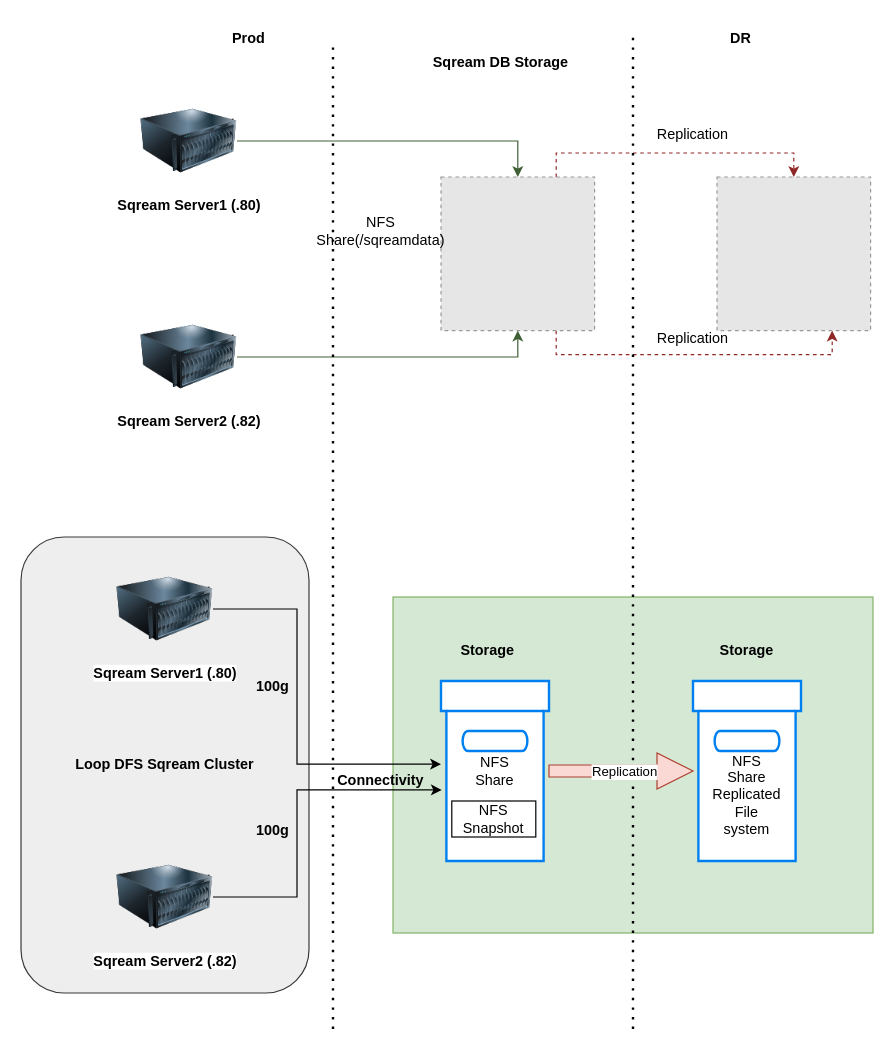
Before: Sqream Clustering Architecture.drawio in Olson-Bytz/ITDiagrams, a draw.io diagram. Source tidied: cells renumbered, new cells numbered last; positions are measured from the earlier drawing's top-left corner, leaving out a move shared by most shapes. Both pictures are drawn from the tidied source at 120%, with x=0, y=0 at pixel (20, 20). Pictures stored in the file or linked from it are replaced by grey dashed boxes.
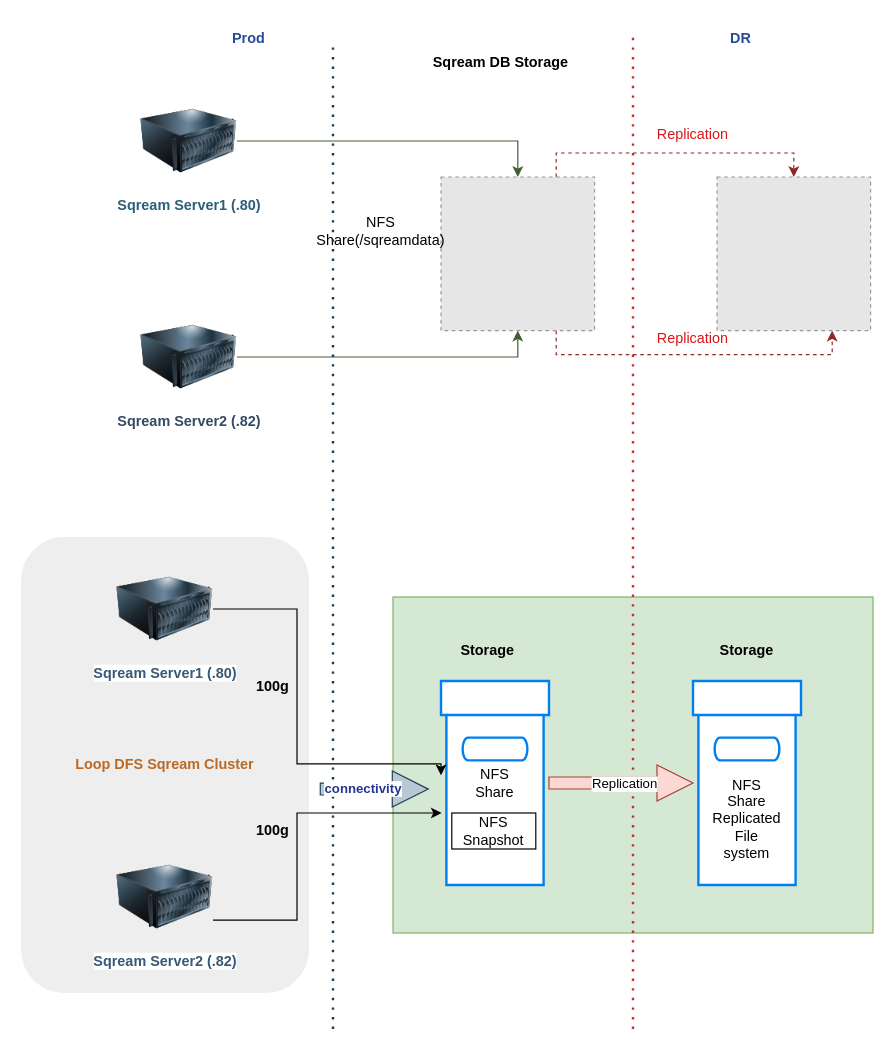
The same diagram, later.

Change to the diagram source:
```diff
@@
-    <mxCell id="2" value="&lt;b&gt;Loop DFS Sqream Cluster&lt;/b&gt;" style="rounded=1;whiteSpace=wrap;html=1;fillColor=#eeeeee;strokeColor=#36393d;" parent="1" vertex="1">
+    <mxCell id="2" value="&lt;b&gt;Loop DFS Sqream Cluster&lt;/b&gt;" style="rounded=1;whiteSpace=wrap;html=1;fillColor=#eeeeee;strokeColor=none;fontColor=#bc6924;" parent="1" vertex="1">
       <mxGeometry y="430" width="240" height="380" as="geometry" />
     </mxCell>
@@
-    <mxCell id="5" value="&lt;b&gt;Sqream Server1 (.80)&lt;/b&gt;" style="image;html=1;image=img/lib/clip_art/computers/Server_128x128.png;" parent="1" vertex="1">
+    <mxCell id="5" value="&lt;b&gt;Sqream Server1 (.80)&lt;/b&gt;" style="image;html=1;image=img/lib/clip_art/computers/Server_128x128.png;fontColor=#2b5e78;" parent="1" vertex="1">
       <mxGeometry x="100" y="60" width="80" height="80" as="geometry" />
     </mxCell>
@@
-    <mxCell id="7" value="&lt;b&gt;Sqream Server2 (.82)&lt;/b&gt;" style="image;html=1;image=img/lib/clip_art/computers/Server_128x128.png;" parent="1" vertex="1">
+    <mxCell id="7" value="&lt;b&gt;Sqream Server2 (.82)&lt;/b&gt;" style="image;html=1;image=img/lib/clip_art/computers/Server_128x128.png;fontColor=#324b62;" parent="1" vertex="1">
       <mxGeometry x="100" y="240" width="80" height="80" as="geometry" />
     </mxCell>
@@
-    <mxCell id="12" value="Prod" style="text;strokeColor=none;align=center;fillColor=none;html=1;verticalAlign=middle;whiteSpace=wrap;rounded=0;fontStyle=1;" parent="1" vertex="1">
+    <mxCell id="12" value="Prod" style="text;strokeColor=none;align=center;fillColor=none;html=1;verticalAlign=middle;whiteSpace=wrap;rounded=0;fontStyle=1;fontColor=#274a9b;" parent="1" vertex="1">
       <mxGeometry x="110" width="160" height="30" as="geometry" />
     </mxCell>
-    <mxCell id="13" style="endArrow=none;dashed=1;html=1;dashPattern=1 3;strokeWidth=2;rounded=0;" parent="1" edge="1">
+    <mxCell id="13" style="endArrow=none;dashed=1;html=1;dashPattern=1 3;strokeWidth=2;rounded=0;strokeColor=#1b3e50;" parent="1" edge="1">
       <mxGeometry relative="1" as="geometry">
         <mxPoint x="260" y="840" as="sourcePoint" />
         <mxPoint x="260" y="20" as="targetPoint" />
       </mxGeometry>
     </mxCell>
@@
-    <mxCell id="15" style="endArrow=none;dashed=1;html=1;dashPattern=1 3;strokeWidth=2;rounded=0;" parent="1" edge="1">
+    <mxCell id="15" style="endArrow=none;dashed=1;html=1;dashPattern=1 3;strokeWidth=2;rounded=0;strokeColor=#c62f2f;" parent="1" edge="1">
       <mxGeometry relative="1" as="geometry">
         <mxPoint x="510" y="840" as="sourcePoint" />
         <mxPoint x="510" y="10" as="targetPoint" />
       </mxGeometry>
     </mxCell>
@@
-    <mxCell id="17" value="Replication" style="text;strokeColor=none;align=center;fillColor=none;html=1;verticalAlign=middle;whiteSpace=wrap;rounded=0;" parent="1" vertex="1">
+    <mxCell id="17" value="Replication" style="text;strokeColor=none;align=center;fillColor=none;html=1;verticalAlign=middle;whiteSpace=wrap;rounded=0;fontColor=#d91717;" parent="1" vertex="1">
       <mxGeometry x="530" y="80" width="60" height="30" as="geometry" />
     </mxCell>
-    <mxCell id="18" value="Replication" style="text;strokeColor=none;align=center;fillColor=none;html=1;verticalAlign=middle;whiteSpace=wrap;rounded=0;" parent="1" vertex="1">
+    <mxCell id="18" value="Replication" style="text;strokeColor=none;align=center;fillColor=none;html=1;verticalAlign=middle;whiteSpace=wrap;rounded=0;fontColor=#d91717;" parent="1" vertex="1">
       <mxGeometry x="530" y="250" width="60" height="30" as="geometry" />
     </mxCell>
-    <mxCell id="19" value="DR" style="text;strokeColor=none;align=center;fillColor=none;html=1;verticalAlign=middle;whiteSpace=wrap;rounded=0;fontStyle=1;" parent="1" vertex="1">
+    <mxCell id="19" value="DR" style="text;strokeColor=none;align=center;fillColor=none;html=1;verticalAlign=middle;whiteSpace=wrap;rounded=0;fontStyle=1;fontColor=#274a9b;" parent="1" vertex="1">
       <mxGeometry x="570" width="60" height="30" as="geometry" />
     </mxCell>
-    <mxCell id="20" value="&lt;b style=&quot;border-color: var(--border-color);&quot;&gt;Sqream Server1 (.80)&lt;/b&gt;" style="image;html=1;image=img/lib/clip_art/computers/Server_128x128.png;" parent="1" vertex="1">
+    <mxCell id="20" value="&lt;b style=&quot;border-color: var(--border-color);&quot;&gt;Sqream Server1 (.80)&lt;/b&gt;" style="image;html=1;image=img/lib/clip_art/computers/Server_128x128.png;fontColor=#375877;" parent="1" vertex="1">
       <mxGeometry x="80" y="450" width="80" height="80" as="geometry" />
     </mxCell>
-    <mxCell id="21" value="&lt;b style=&quot;border-color: var(--border-color);&quot;&gt;Sqream Server2 (.82)&lt;/b&gt;" style="image;html=1;image=img/lib/clip_art/computers/Server_128x128.png;" parent="1" vertex="1">
+    <mxCell id="21" value="&lt;b style=&quot;border-color: var(--border-color);&quot;&gt;Sqream Server2 (.82)&lt;/b&gt;" style="image;html=1;image=img/lib/clip_art/computers/Server_128x128.png;fontColor=#375877;" parent="1" vertex="1">
       <mxGeometry x="80" y="690" width="80" height="80" as="geometry" />
     </mxCell>
-    <mxCell id="22" style="edgeStyle=orthogonalEdgeStyle;rounded=0;jettySize=auto;html=1;shape=arrow;fillColor=#fad9d5;strokeColor=#ae4132;" parent="1" edge="1" source="24" target="31">
-      <mxGeometry relative="1" as="geometry" />
+    <mxCell id="22" style="edgeStyle=orthogonalEdgeStyle;rounded=0;orthogonalLoop=1;jettySize=auto;html=1;shape=arrow;fillColor=#fad9d5;strokeColor=#ae4132;" parent="1" edge="1">
+      <mxGeometry relative="1" as="geometry">
+        <mxPoint x="440" y="635" as="sourcePoint" />
+        <mxPoint x="560" y="635" as="targetPoint" />
+      </mxGeometry>
     </mxCell>
@@
     <mxCell id="24" style="html=1;verticalLabelPosition=bottom;align=center;labelBackgroundColor=#ffffff;verticalAlign=top;strokeWidth=2;strokeColor=#0080F0;shadow=0;dashed=0;shape=mxgraph.ios7.icons.box;" parent="1" vertex="1">
-      <mxGeometry x="350" y="550" width="90" height="150" as="geometry" />
+      <mxGeometry x="350" y="550" width="90" height="170" as="geometry" />
     </mxCell>
@@
-    <mxCell id="26" style="edgeStyle=orthogonalEdgeStyle;rounded=0;jettySize=auto;html=1;entryX=0.007;entryY=0.605;entryDx=0;entryDy=0;entryPerimeter=0;" parent="1" edge="1" source="21" target="24">
+    <mxCell id="26" style="edgeStyle=orthogonalEdgeStyle;rounded=0;orthogonalLoop=1;jettySize=auto;html=1;entryX=0.007;entryY=0.605;entryDx=0;entryDy=0;entryPerimeter=0;" parent="1" edge="1">
       <mxGeometry relative="1" as="geometry">
+        <mxPoint x="160" y="749.2" as="sourcePoint" />
+        <mxPoint x="350.6" y="660" as="targetPoint" />
         <Array as="points">
-          <mxPoint x="230" y="730" />
-          <mxPoint x="230" y="641" />
+          <mxPoint x="230" y="749" />
+          <mxPoint x="230" y="660" />
         </Array>
       </mxGeometry>
     </mxCell>
@@
     <mxCell id="30" value="NFS Share" style="text;strokeColor=none;align=center;fillColor=none;html=1;verticalAlign=middle;whiteSpace=wrap;rounded=0;" parent="1" vertex="1">
-      <mxGeometry x="365" y="610" width="60" height="30" as="geometry" />
+      <mxGeometry x="365" y="620" width="60" height="30" as="geometry" />
     </mxCell>
     <mxCell id="31" style="html=1;verticalLabelPosition=bottom;align=center;labelBackgroundColor=#ffffff;verticalAlign=top;strokeWidth=2;strokeColor=#0080F0;shadow=0;dashed=0;shape=mxgraph.ios7.icons.box;" parent="1" vertex="1">
-      <mxGeometry x="560" y="550" width="90" height="150" as="geometry" />
+      <mxGeometry x="560" y="550" width="90" height="170" as="geometry" />
     </mxCell>
     <mxCell id="32" value="NFS Snapshot" style="rounded=0;whiteSpace=wrap;html=1;" parent="1" vertex="1">
-      <mxGeometry x="359" y="650" width="70" height="30" as="geometry" />
+      <mxGeometry x="359" y="660" width="70" height="30" as="geometry" />
     </mxCell>
     <mxCell id="33" value="NFS Share Replicated File system" style="text;strokeColor=none;align=center;fillColor=none;html=1;verticalAlign=middle;whiteSpace=wrap;rounded=0;" parent="1" vertex="1">
-      <mxGeometry x="575" y="630" width="60" height="30" as="geometry" />
+      <mxGeometry x="575" y="650" width="60" height="30" as="geometry" />
     </mxCell>
-    <mxCell id="34" value="Connectivity" style="text;strokeColor=none;align=center;fillColor=none;html=1;verticalAlign=middle;whiteSpace=wrap;rounded=0;fontStyle=1;" parent="1" vertex="1">
-      <mxGeometry x="270" y="625" width="60" height="15" as="geometry" />
-    </mxCell>
@@
+    <mxCell id="36" style="endArrow=classic;html=1;rounded=0;entryX=0.075;entryY=0.536;entryDx=0;entryDy=0;entryPerimeter=0;shape=arrow;fillColor=#bac8d3;strokeColor=#23445d;strokeWidth=1;" parent="1" edge="1">
+      <mxGeometry relative="1" as="geometry">
+        <mxPoint x="249.4" y="640" as="sourcePoint" />
+        <mxPoint x="339.4" y="640.1" as="targetPoint" />
+      </mxGeometry>
+    </mxCell>
+    <mxCell id="37" value="connectivity" style="edgeLabel;html=1;align=center;verticalAlign=middle;fontColor=#25368e;fontStyle=1;" parent="36" vertex="1">
+      <mxGeometry x="-0.22" y="1" relative="1" as="geometry" />
+    </mxCell>
```
